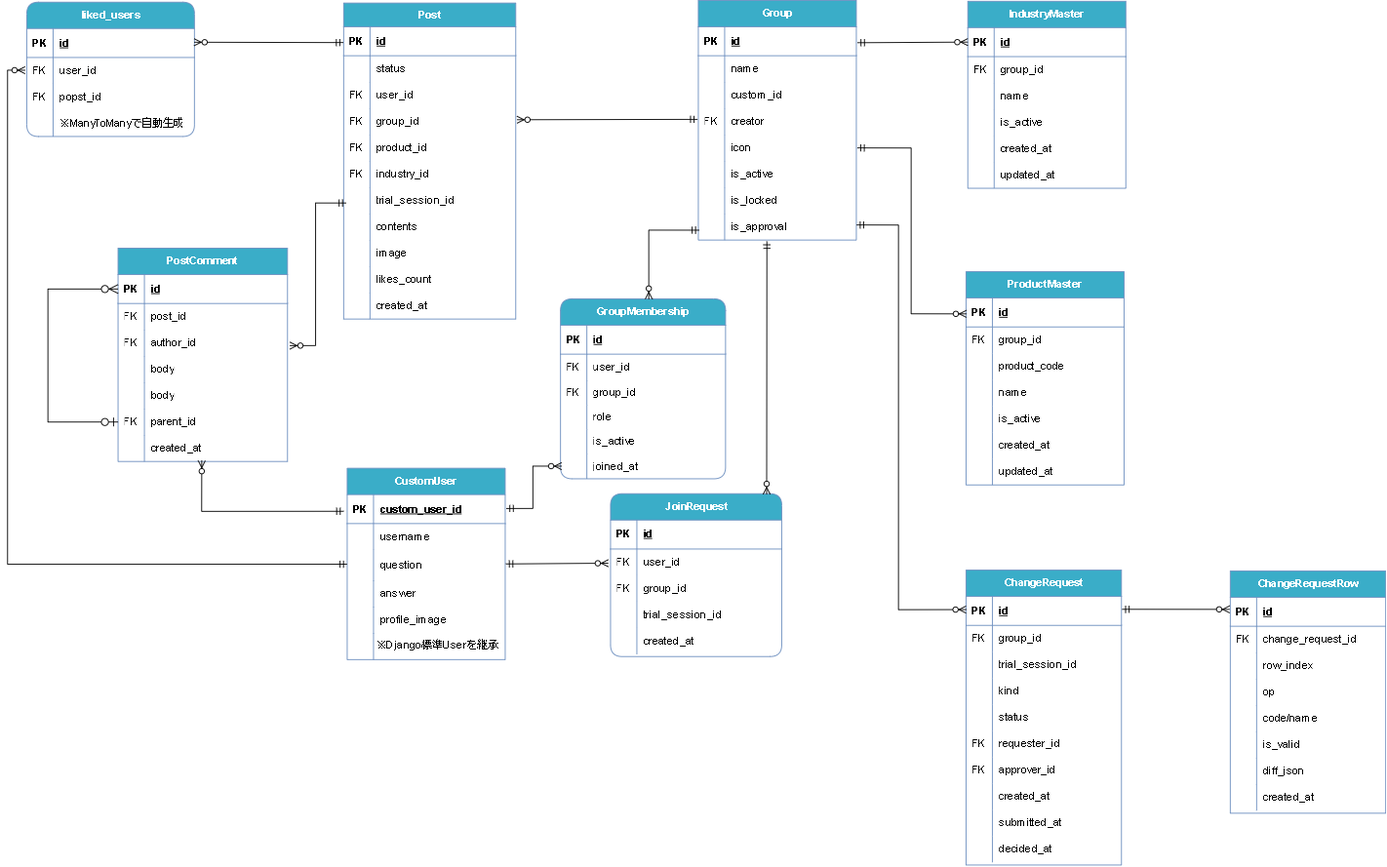
Earlier version of the draw.io export docs/img/header/mysfa-er.png (wairo8714/MySFA). Source tidied: cells renumbered, new cells last; positions are measured from the earlier drawing's top-left corner, leaving out a move shared by most shapes.
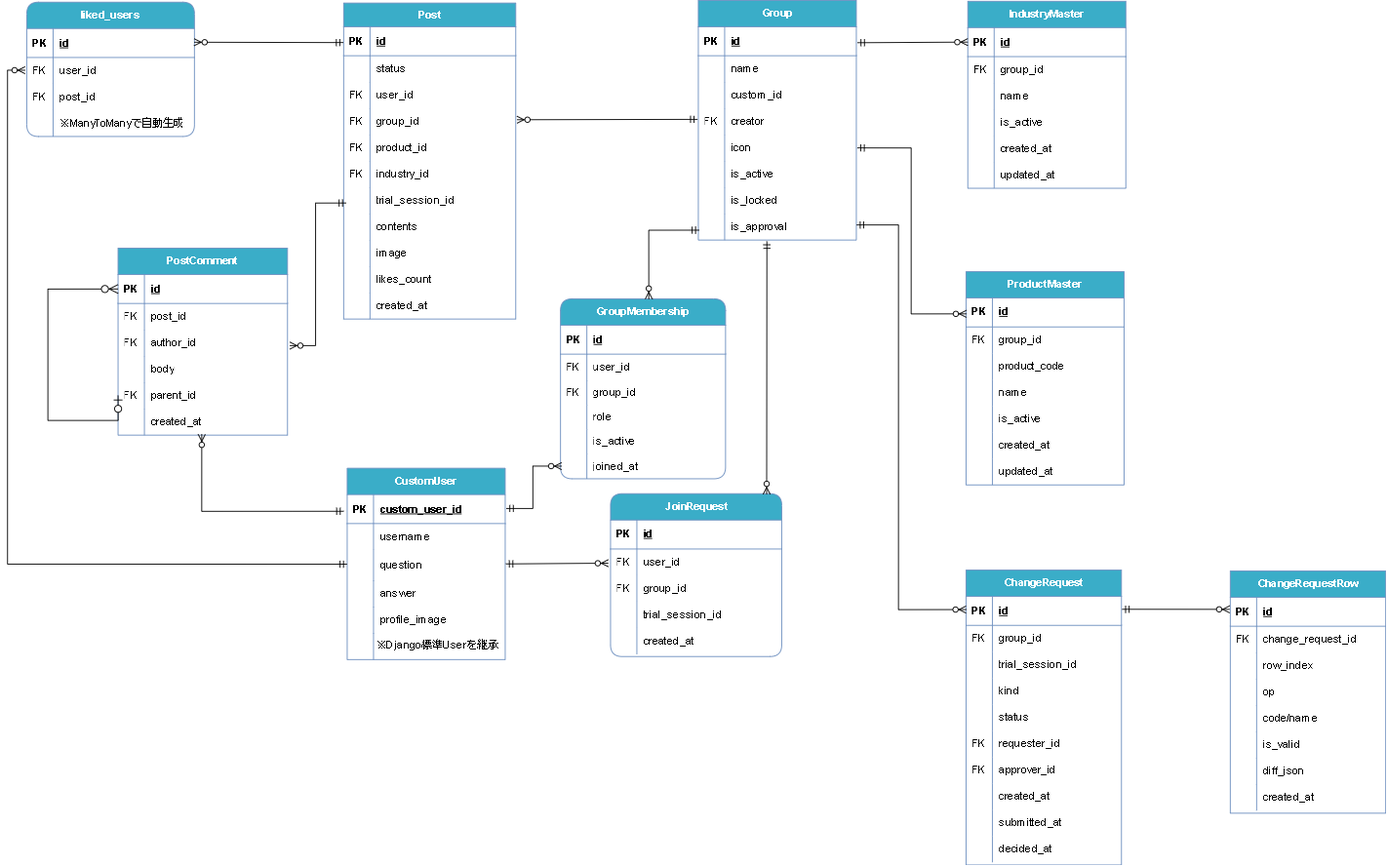
After the change.

Commit message:
mysfa-er.png を追加しました。

What changed in the source:
```diff
@@ -209,7 +209,7 @@
     <mxCell id="70" value="&lt;font style=&quot;&quot;&gt;&lt;span style=&quot;background-color: transparent;&quot;&gt;&lt;font style=&quot;color: light-dark(rgb(0, 0, 0), rgb(0, 0, 0));&quot;&gt;FK&lt;/font&gt;&lt;/span&gt;&lt;span style=&quot;color: rgb(0, 0, 0); text-align: start; text-wrap-mode: nowrap; background-color: transparent; font-size: 0px;&quot;&gt;&lt;font face=&quot;monospace&quot; style=&quot;&quot;&gt;FK&lt;/font&gt;&lt;/span&gt;&lt;/font&gt;" style="shape=partialRectangle;fillColor=none;top=0;left=0;bottom=0;right=0;overflow=hidden;whiteSpace=wrap;html=1;strokeColor=light-dark(#6c8ebf, #000000);" parent="69" vertex="1">
       <mxGeometry width="30" height="30" as="geometry" />
     </mxCell>
-    <mxCell id="71" value="popst_id" style="shape=partialRectangle;fillColor=none;top=0;left=0;bottom=0;right=0;align=left;spacingLeft=6;overflow=hidden;whiteSpace=wrap;html=1;fontColor=light-dark(#000000,#000000);strokeColor=light-dark(#6c8ebf, #000000);" parent="69" vertex="1">
+    <mxCell id="71" value="post_id" style="shape=partialRectangle;fillColor=none;top=0;left=0;bottom=0;right=0;align=left;spacingLeft=6;overflow=hidden;whiteSpace=wrap;html=1;fontColor=light-dark(#000000,#000000);strokeColor=light-dark(#6c8ebf, #000000);" parent="69" vertex="1">
       <mxGeometry x="30" width="161" height="30" as="geometry" />
     </mxCell>
     <mxCell id="72" style="shape=tableRow;horizontal=0;startSize=0;swimlaneHead=0;swimlaneBody=0;fillColor=none;top=0;left=0;right=0;bottom=0;strokeColor=light-dark(#6c8ebf, #000000);" parent="62" vertex="1">
@@ -708,13 +708,13 @@
       <mxGeometry relative="1" as="geometry" />
     </mxCell>
     <mxCell id="237" style="group;" parent="1" vertex="1">
-      <mxGeometry x="128" y="280" width="192.3" height="216" as="geometry" />
+      <mxGeometry x="128" y="280" width="192.3" height="215" as="geometry" />
     </mxCell>
     <mxCell id="238" style="shape=partialRectangle;fillColor=none;top=0;left=0;bottom=0;right=0;align=center;spacingLeft=6;overflow=hidden;whiteSpace=wrap;html=1;labelBorderColor=none;perimeterSpacing=1;fontColor=light-dark(#000000,#000000);" parent="237" vertex="1">
-      <mxGeometry y="49.8" width="166.4" height="19.2" as="geometry" />
+      <mxGeometry y="49.4" width="166.4" height="19.1" as="geometry" />
     </mxCell>
     <mxCell id="239" value="&lt;font color=&quot;#ffffff&quot;&gt;PostComment&lt;/font&gt;" style="shape=table;startSize=30;rowLines=0;fontStyle=1;align=center;html=1;fillColor=#3AADC8;strokeColor=light-dark(#6c8ebf, #000000);swimlaneFillColor=none;" parent="237" vertex="1">
-      <mxGeometry x="-2" y="2.3" width="193" height="243" as="geometry" />
+      <mxGeometry x="-2" y="2.3" width="193" height="213" as="geometry" />
     </mxCell>
     <mxCell id="240" style="shape=tableRow;horizontal=0;startSize=0;swimlaneHead=0;swimlaneBody=0;fillColor=none;points=[[0,0.5],[1,0.5]];portConstraint=eastwest;top=0;left=0;right=0;bottom=1;strokeColor=light-dark(#6c8ebf, #000000);" parent="239" vertex="1">
       <mxGeometry y="30" width="193" height="33" as="geometry" />
@@ -752,17 +752,8 @@
     <mxCell id="251" value="body" style="shape=partialRectangle;fillColor=none;top=0;left=0;bottom=0;right=0;align=left;spacingLeft=6;overflow=hidden;whiteSpace=wrap;html=1;fontColor=light-dark(#000000,#000000);strokeColor=light-dark(#6c8ebf, #000000);" parent="249" vertex="1">
       <mxGeometry x="30" width="163" height="30" as="geometry" />
     </mxCell>
-    <mxCell id="252" style="shape=tableRow;horizontal=0;startSize=0;swimlaneHead=0;swimlaneBody=0;fillColor=none;top=0;left=0;right=0;bottom=0;strokeColor=light-dark(#6c8ebf, #000000);" parent="239" vertex="1">
-      <mxGeometry y="153" width="193" height="30" as="geometry" />
-    </mxCell>
-    <mxCell id="253" style="shape=partialRectangle;fillColor=none;top=0;left=0;bottom=0;right=0;overflow=hidden;whiteSpace=wrap;html=1;strokeColor=light-dark(#6c8ebf, #000000);" parent="252" vertex="1">
-      <mxGeometry width="30" height="30" as="geometry" />
-    </mxCell>
-    <mxCell id="254" value="body" style="shape=partialRectangle;fillColor=none;top=0;left=0;bottom=0;right=0;align=left;spacingLeft=6;overflow=hidden;whiteSpace=wrap;html=1;fontColor=light-dark(#000000,#000000);strokeColor=light-dark(#6c8ebf, #000000);" parent="252" vertex="1">
-      <mxGeometry x="30" width="163" height="30" as="geometry" />
-    </mxCell>
     <mxCell id="255" style="shape=tableRow;horizontal=0;startSize=0;swimlaneHead=0;swimlaneBody=0;fillColor=none;points=[[0,0.5],[1,0.5]];portConstraint=eastwest;top=0;left=0;right=0;bottom=0;strokeColor=light-dark(#6c8ebf, #000000);" parent="239" vertex="1">
-      <mxGeometry y="183" width="193" height="30" as="geometry" />
+      <mxGeometry y="153" width="193" height="30" as="geometry" />
     </mxCell>
     <mxCell id="256" value="FK" style="shape=partialRectangle;fillColor=none;top=0;left=0;bottom=0;right=0;overflow=hidden;whiteSpace=wrap;html=1;strokeColor=light-dark(#6c8ebf, #000000);" parent="255" vertex="1">
       <mxGeometry width="30" height="30" as="geometry" />
@@ -771,7 +762,7 @@
       <mxGeometry x="30" width="163" height="30" as="geometry" />
     </mxCell>
     <mxCell id="258" style="shape=tableRow;horizontal=0;startSize=0;swimlaneHead=0;swimlaneBody=0;fillColor=none;points=[[0,0.5],[1,0.5]];portConstraint=eastwest;top=0;left=0;right=0;bottom=0;strokeColor=light-dark(#6c8ebf, #000000);" parent="239" vertex="1">
-      <mxGeometry y="213" width="193" height="30" as="geometry" />
+      <mxGeometry y="183" width="193" height="30" as="geometry" />
     </mxCell>
     <mxCell id="259" style="shape=partialRectangle;fillColor=none;top=0;left=0;bottom=0;right=0;overflow=hidden;whiteSpace=wrap;html=1;strokeColor=light-dark(#6c8ebf, #000000);" parent="258" vertex="1">
       <mxGeometry width="30" height="30" as="geometry" />
@@ -782,8 +773,8 @@
     <mxCell id="261" style="edgeStyle=orthogonalEdgeStyle;fontSize=12;html=1;endArrow=ERzeroToMany;startArrow=ERzeroToOne;rounded=0;startSize=8;endSize=8;exitX=0;exitY=0.5;exitDx=0;exitDy=0;entryX=0;entryY=0.5;entryDx=0;entryDy=0;" parent="239" edge="1" source="255" target="240">
       <mxGeometry relative="1" as="geometry">
         <Array as="points">
-          <mxPoint x="-80" y="198" />
-          <mxPoint x="-80" y="47" />
+          <mxPoint x="-80" y="196.3" />
+          <mxPoint x="-80" y="46.6" />
         </Array>
       </mxGeometry>
     </mxCell>
```
